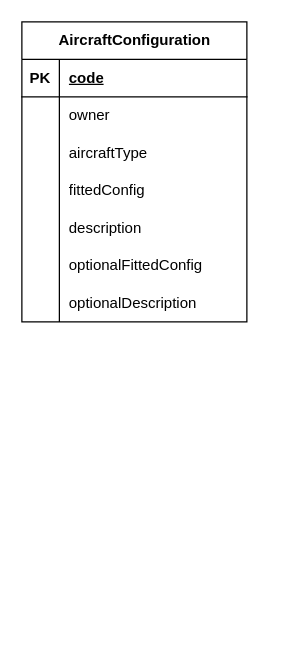
code-ashwin-m/database-design keeps this draw.io diagram as inventory.drawio. Above is the earlier version. Source tidied: cells renumbered, new cells numbered last; positions are measured from the earlier drawing's top-left corner, leaving out a move shared by most shapes. Both pictures are drawn from the tidied source at 125%, with x=0, y=0 at pixel (21, 21).
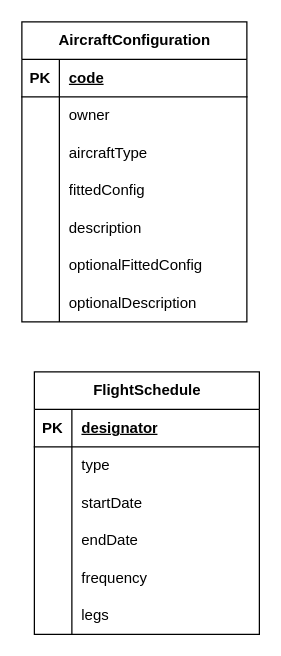
After the change.

What changed in the source:
```diff
@@
+    <mxCell id="24" value="FlightSchedule" style="shape=table;startSize=30;childLayout=tableLayout;rowLines=0;fontStyle=1;align=center;html=1;" parent="1" vertex="1">
+      <mxGeometry x="10" y="280" width="180" height="210" as="geometry" />
+    </mxCell>
+    <mxCell id="25" style="shape=tableRow;horizontal=0;startSize=0;swimlaneHead=0;swimlaneBody=0;fillColor=none;top=0;left=0;right=0;bottom=1;" parent="24" vertex="1">
+      <mxGeometry y="30" width="180" height="30" as="geometry" />
+    </mxCell>
+    <mxCell id="26" value="PK" style="shape=partialRectangle;fillColor=none;top=0;left=0;bottom=0;right=0;fontStyle=1;overflow=hidden;whiteSpace=wrap;html=1;" parent="25" vertex="1">
+      <mxGeometry width="30" height="30" as="geometry" />
+    </mxCell>
+    <mxCell id="27" value="designator" style="shape=partialRectangle;fillColor=none;top=0;left=0;bottom=0;right=0;align=left;spacingLeft=6;fontStyle=5;overflow=hidden;whiteSpace=wrap;html=1;" parent="25" vertex="1">
+      <mxGeometry x="30" width="150" height="30" as="geometry" />
+    </mxCell>
+    <mxCell id="28" style="shape=tableRow;horizontal=0;startSize=0;swimlaneHead=0;swimlaneBody=0;fillColor=none;top=0;left=0;right=0;bottom=0;" parent="24" vertex="1">
+      <mxGeometry y="60" width="180" height="30" as="geometry" />
+    </mxCell>
+    <mxCell id="29" style="shape=partialRectangle;fillColor=none;top=0;left=0;bottom=0;right=0;overflow=hidden;whiteSpace=wrap;html=1;" parent="28" vertex="1">
+      <mxGeometry width="30" height="30" as="geometry" />
+    </mxCell>
+    <mxCell id="30" value="type" style="shape=partialRectangle;fillColor=none;top=0;left=0;bottom=0;right=0;align=left;spacingLeft=6;overflow=hidden;whiteSpace=wrap;html=1;" parent="28" vertex="1">
+      <mxGeometry x="30" width="150" height="30" as="geometry" />
+    </mxCell>
+    <mxCell id="31" style="shape=tableRow;horizontal=0;startSize=0;swimlaneHead=0;swimlaneBody=0;fillColor=none;top=0;left=0;right=0;bottom=0;" parent="24" vertex="1">
+      <mxGeometry y="90" width="180" height="30" as="geometry" />
+    </mxCell>
+    <mxCell id="32" style="shape=partialRectangle;fillColor=none;top=0;left=0;bottom=0;right=0;overflow=hidden;whiteSpace=wrap;html=1;" parent="31" vertex="1">
+      <mxGeometry width="30" height="30" as="geometry" />
+    </mxCell>
+    <mxCell id="33" value="startDate" style="shape=partialRectangle;fillColor=none;top=0;left=0;bottom=0;right=0;align=left;spacingLeft=6;overflow=hidden;whiteSpace=wrap;html=1;" parent="31" vertex="1">
+      <mxGeometry x="30" width="150" height="30" as="geometry" />
+    </mxCell>
+    <mxCell id="34" style="shape=tableRow;horizontal=0;startSize=0;swimlaneHead=0;swimlaneBody=0;fillColor=none;top=0;left=0;right=0;bottom=0;" parent="24" vertex="1">
+      <mxGeometry y="120" width="180" height="30" as="geometry" />
+    </mxCell>
+    <mxCell id="35" style="shape=partialRectangle;fillColor=none;top=0;left=0;bottom=0;right=0;overflow=hidden;whiteSpace=wrap;html=1;" parent="34" vertex="1">
+      <mxGeometry width="30" height="30" as="geometry" />
+    </mxCell>
+    <mxCell id="36" value="endDate" style="shape=partialRectangle;fillColor=none;top=0;left=0;bottom=0;right=0;align=left;spacingLeft=6;overflow=hidden;whiteSpace=wrap;html=1;" parent="34" vertex="1">
+      <mxGeometry x="30" width="150" height="30" as="geometry" />
+    </mxCell>
+    <mxCell id="37" style="shape=tableRow;horizontal=0;startSize=0;swimlaneHead=0;swimlaneBody=0;fillColor=none;top=0;left=0;right=0;bottom=0;" parent="24" vertex="1">
+      <mxGeometry y="150" width="180" height="30" as="geometry" />
+    </mxCell>
+    <mxCell id="38" style="shape=partialRectangle;fillColor=none;top=0;left=0;bottom=0;right=0;overflow=hidden;whiteSpace=wrap;html=1;" parent="37" vertex="1">
+      <mxGeometry width="30" height="30" as="geometry" />
+    </mxCell>
+    <mxCell id="39" value="frequency" style="shape=partialRectangle;fillColor=none;top=0;left=0;bottom=0;right=0;align=left;spacingLeft=6;overflow=hidden;whiteSpace=wrap;html=1;" parent="37" vertex="1">
+      <mxGeometry x="30" width="150" height="30" as="geometry" />
+    </mxCell>
+    <mxCell id="40" style="shape=tableRow;horizontal=0;startSize=0;swimlaneHead=0;swimlaneBody=0;fillColor=none;top=0;left=0;right=0;bottom=0;" parent="24" vertex="1">
+      <mxGeometry y="180" width="180" height="30" as="geometry" />
+    </mxCell>
+    <mxCell id="41" style="shape=partialRectangle;fillColor=none;top=0;left=0;bottom=0;right=0;overflow=hidden;whiteSpace=wrap;html=1;" parent="40" vertex="1">
+      <mxGeometry width="30" height="30" as="geometry" />
+    </mxCell>
+    <mxCell id="42" value="legs" style="shape=partialRectangle;fillColor=none;top=0;left=0;bottom=0;right=0;align=left;spacingLeft=6;overflow=hidden;whiteSpace=wrap;html=1;" parent="40" vertex="1">
+      <mxGeometry x="30" width="150" height="30" as="geometry" />
+    </mxCell>
```
